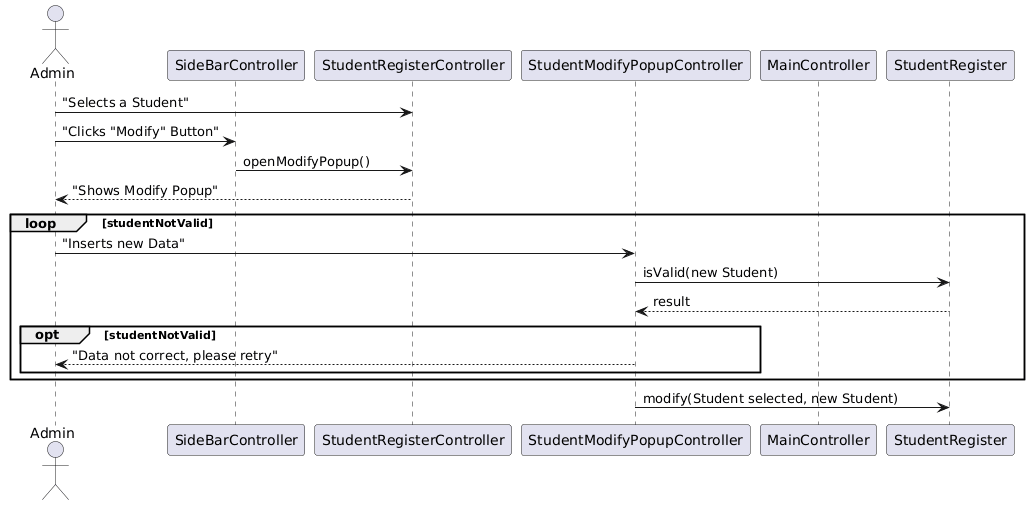
Before: docs/Sequence Diagrams/StudentInteractions/Modify/StudentModify.png, a diagram exported from PlantUML (cwke/LibraryManager). The source it was exported from:
```plantuml
@startuml

actor Admin

participant SideBarController
participant StudentRegisterController
participant StudentModifyPopupController
participant MainController
participant StudentRegister

Admin -> StudentRegisterController : "Selects a Student"
Admin -> SideBarController : "Clicks "Modify" Button"
SideBarController -> StudentRegisterController : openModifyPopup()
StudentRegisterController --> Admin : "Shows Modify Popup"
loop studentNotValid
Admin -> StudentModifyPopupController : "Inserts new Data"
StudentModifyPopupController -> StudentRegister : isValid(new Student)
StudentModifyPopupController <-- StudentRegister : result
opt studentNotValid
StudentModifyPopupController --> Admin : "Data not correct, please retry"
end
end
StudentModifyPopupController -> StudentRegister : modify(Student selected, new Student)
@enduml
```
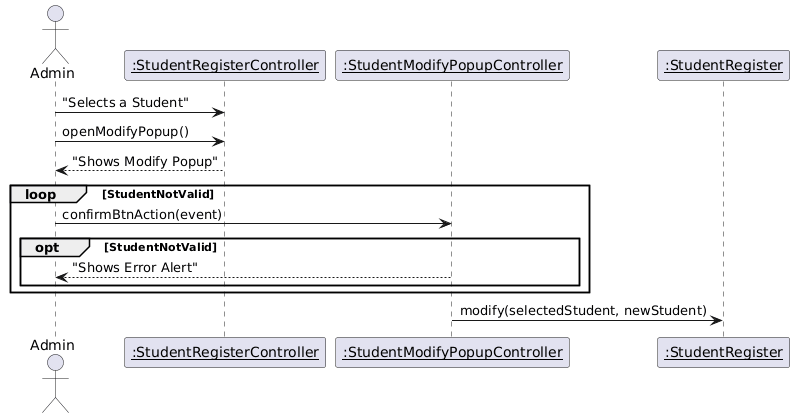
Above is the later version.

The edit, as a diff of the source:
```diff
@@ -2,23 +2,18 @@
 
 actor Admin
 
-participant SideBarController
-participant StudentRegisterController
-participant StudentModifyPopupController
-participant MainController
-participant StudentRegister
+participant "<u>:StudentRegisterController" as StudentRegisterController
+participant "<u>:StudentModifyPopupController" as StudentModifyPopupController
+participant "<u>:StudentRegister" as StudentRegister
 
 Admin -> StudentRegisterController : "Selects a Student"
-Admin -> SideBarController : "Clicks "Modify" Button"
-SideBarController -> StudentRegisterController : openModifyPopup()
+Admin -> StudentRegisterController : openModifyPopup()
 StudentRegisterController --> Admin : "Shows Modify Popup"
-loop studentNotValid
-Admin -> StudentModifyPopupController : "Inserts new Data"
-StudentModifyPopupController -> StudentRegister : isValid(new Student)
-StudentModifyPopupController <-- StudentRegister : result
-opt studentNotValid
-StudentModifyPopupController --> Admin : "Data not correct, please retry"
+loop StudentNotValid
+Admin -> StudentModifyPopupController : confirmBtnAction(event)
+opt StudentNotValid
+StudentModifyPopupController --> Admin : "Shows Error Alert"
 end
 end
-StudentModifyPopupController -> StudentRegister : modify(Student selected, new Student)
+StudentModifyPopupController -> StudentRegister : modify(selectedStudent, newStudent)
 @enduml
```
